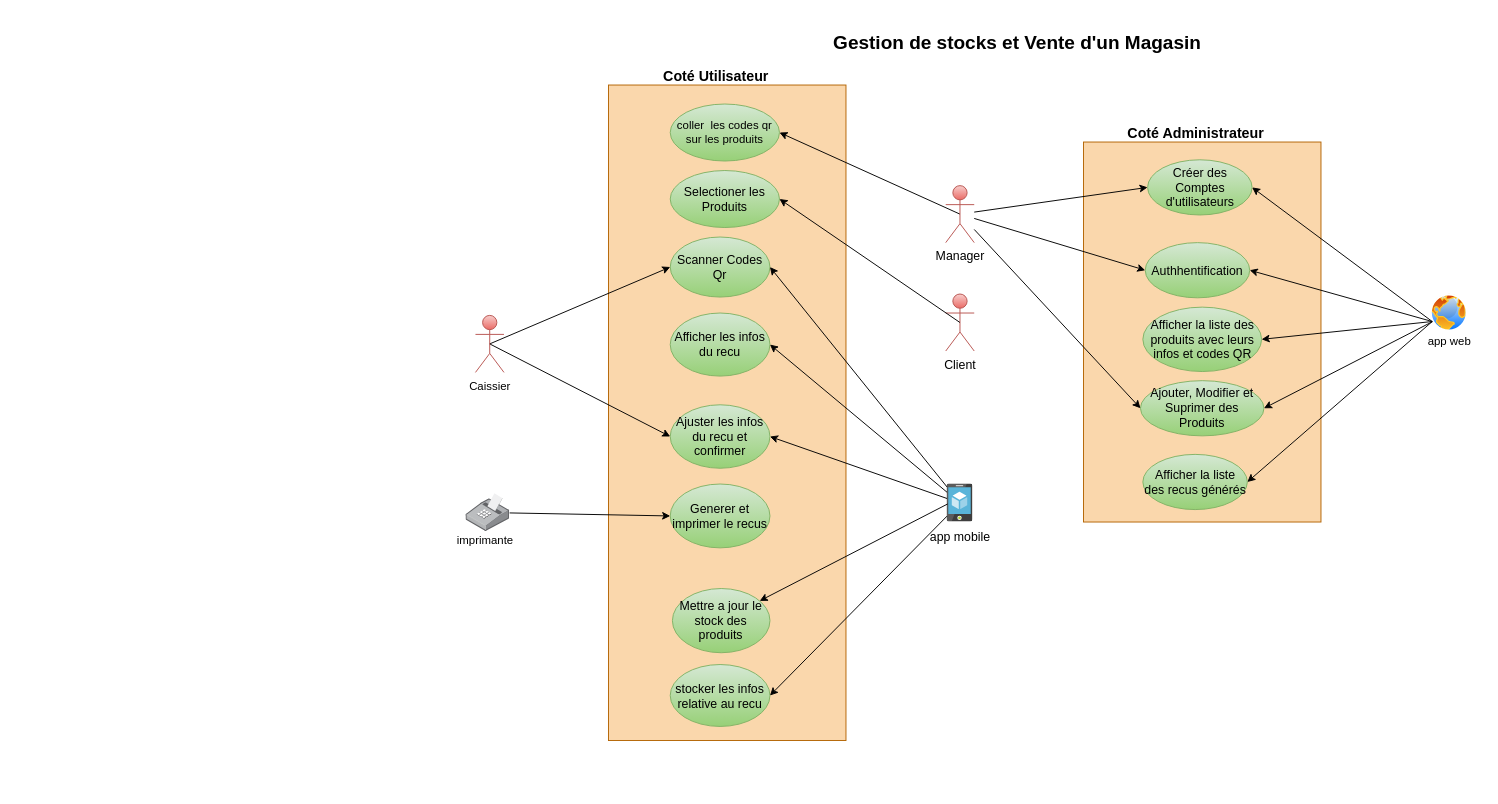
Before: UML.drawio in daryldew1lde/gestion-de-stock-et-factures, a draw.io diagram. Source tidied: cells renumbered, new cells numbered last; positions are measured from the earlier drawing's top-left corner, leaving out a move shared by most shapes. Both pictures are drawn from the tidied source at 95%, with x=0, y=0 at pixel (446, 23).
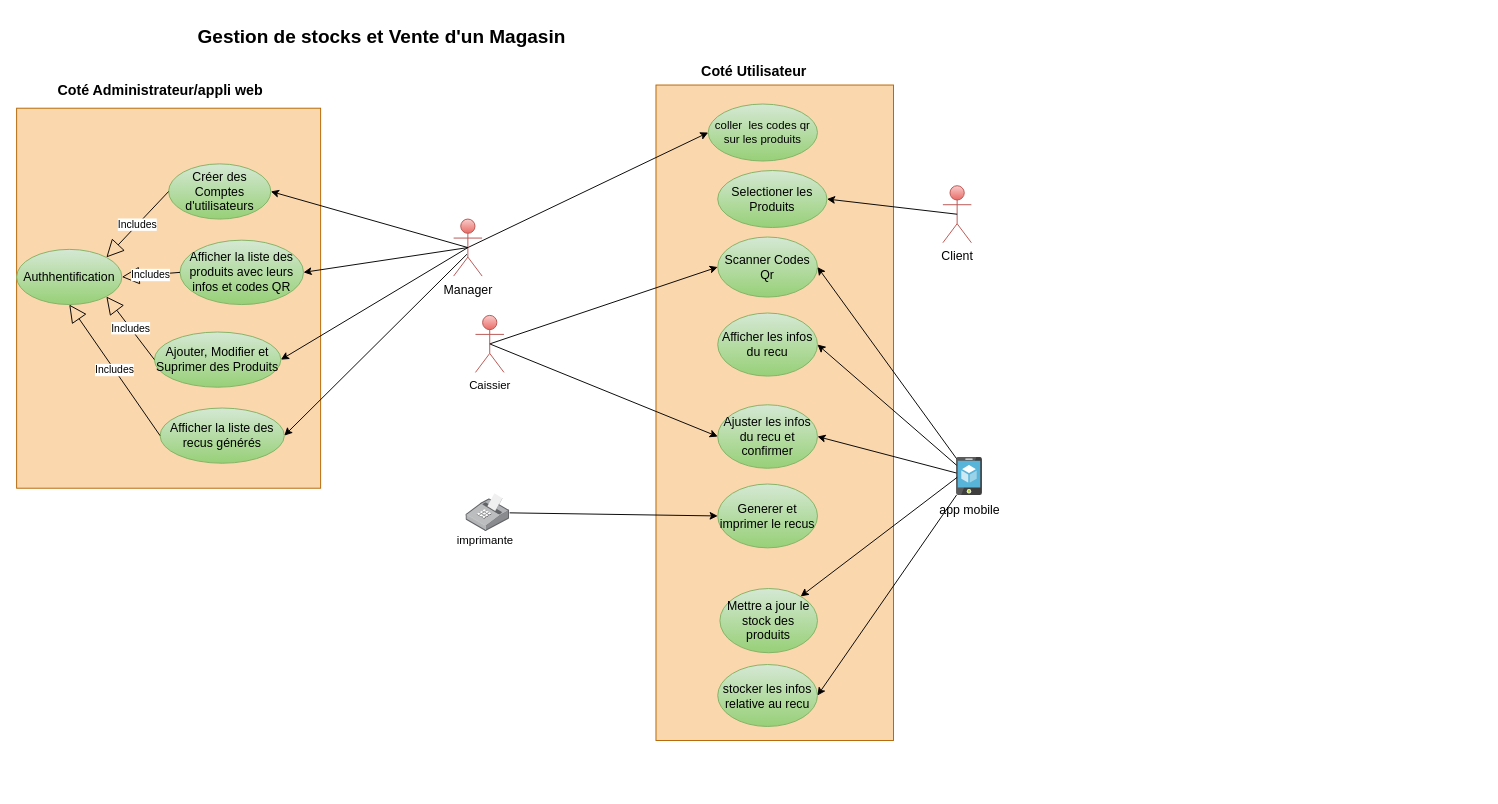
The same page after the edit.

The change refers to these unchanged cells:
```xml
<mxCell id="3" style="group;" parent="2" vertex="1">
  <mxGeometry x="-40" y="-100" width="250" height="690" as="geometry" />
</mxCell>
```

What changed in the source:
```diff
@@
     <mxCell id="2" style="group;" parent="1" vertex="1">
-      <mxGeometry x="210" y="165" width="250" height="640" as="geometry" />
+      <mxGeometry x="260" y="165" width="250" height="640" as="geometry" />
     </mxCell>
@@
+    <mxCell id="28" value="coller&amp;nbsp; les codes qr sur les produits" style="ellipse;whiteSpace=wrap;html=1;fillColor=#d5e8d4;gradientColor=#97d077;strokeColor=#82b366;fontColor=#000000;" parent="3" vertex="1">
+      <mxGeometry x="55" y="20" width="115" height="60" as="geometry" />
+    </mxCell>
@@
     <mxCell id="15" style="group;fontSize=13;" parent="1" vertex="1">
-      <mxGeometry x="500" y="485" width="85" height="70" as="geometry" />
+      <mxGeometry x="510" y="457" width="85" height="70" as="geometry" />
     </mxCell>
@@
-    <mxCell id="20" style="edgeStyle=none;html=1;entryX=1;entryY=0.5;entryDx=0;entryDy=0;fontSize=13;exitX=0.5;exitY=0.5;exitDx=0;exitDy=0;exitPerimeter=0;" parent="1" edge="1" source="21" target="28">
+    <mxCell id="20" style="edgeStyle=none;html=1;fontSize=13;exitX=0.5;exitY=0.5;exitDx=0;exitDy=0;exitPerimeter=0;entryX=0;entryY=0.5;entryDx=0;entryDy=0;" parent="1" edge="1" source="21" target="28">
       <mxGeometry relative="1" as="geometry" />
     </mxCell>
     <mxCell id="21" value="Manager" style="shape=umlActor;verticalLabelPosition=bottom;verticalAlign=top;html=1;fillColor=#f8cecc;gradientColor=#ea6b66;strokeColor=#b85450;fontColor=#000000;fontSize=13;" parent="1" vertex="1">
-      <mxGeometry x="525" y="170.9" width="30" height="60" as="geometry" />
+      <mxGeometry x="7" y="206.1" width="30" height="60" as="geometry" />
     </mxCell>
     <mxCell id="22" value="Client&lt;br style=&quot;font-size: 13px;&quot;&gt;" style="shape=umlActor;verticalLabelPosition=bottom;verticalAlign=top;html=1;fillColor=#f8cecc;gradientColor=#ea6b66;strokeColor=#b85450;fontColor=#000000;fontSize=13;" parent="1" vertex="1">
-      <mxGeometry x="525" y="285" width="30" height="60" as="geometry" />
+      <mxGeometry x="522" y="171" width="30" height="60" as="geometry" />
     </mxCell>
@@
-    <mxCell id="28" value="coller&amp;nbsp; les codes qr sur les produits" style="ellipse;whiteSpace=wrap;html=1;fillColor=#d5e8d4;gradientColor=#97d077;strokeColor=#82b366;fontColor=#000000;" parent="1" vertex="1">
-      <mxGeometry x="235" y="85" width="115" height="60" as="geometry" />
-    </mxCell>
-    <mxCell id="29" style="group;" parent="1" vertex="1">
-      <mxGeometry x="1020" y="285" width="70" height="65" as="geometry" />
-    </mxCell>
-    <mxCell id="30" style="perimeter=ellipsePerimeter;html=1;align=center;shadow=0;dashed=0;spacingTop=3;image;image=img/lib/active_directory/internet_globe.svg;" parent="29" vertex="1">
-      <mxGeometry x="15" width="40" height="40" as="geometry" />
-    </mxCell>
-    <mxCell id="31" value="app web" style="text;html=1;align=center;verticalAlign=middle;strokeColor=none;fillColor=none;" parent="29" vertex="1">
-      <mxGeometry y="35" width="70" height="30" as="geometry" />
-    </mxCell>
+    <mxCell id="49" value="&lt;b&gt;Gestion de stocks et Vente d'un Magasin&lt;/b&gt;" style="text;html=1;align=center;verticalAlign=middle;strokeColor=none;fillColor=none;fontSize=20;" parent="1" vertex="1">
+      <mxGeometry x="-274" y="-7" width="410" height="40" as="geometry" />
+    </mxCell>
+    <mxCell id="50" value="&lt;b style=&quot;&quot;&gt;&lt;font style=&quot;font-size: 15px;&quot;&gt;Coté Utilisateur&amp;nbsp;&lt;/font&gt;&lt;/b&gt;" style="text;html=1;align=center;verticalAlign=middle;strokeColor=none;fillColor=none;fontSize=13;" parent="1" vertex="1">
+      <mxGeometry x="255" y="35" width="140" height="30" as="geometry" />
+    </mxCell>
+    <mxCell id="51" style="group;" parent="1" vertex="1">
+      <mxGeometry y="495" width="85" height="75" as="geometry" />
+    </mxCell>
+    <mxCell id="52" style="points=[];html=1;align=center;shadow=0;dashed=0;image;image=img/lib/allied_telesis/computer_and_terminals/POS_Printer.svg;" parent="51" vertex="1">
+      <mxGeometry x="20" width="45.9" height="40" as="geometry" />
+    </mxCell>
+    <mxCell id="53" value="imprimante" style="text;html=1;align=center;verticalAlign=middle;strokeColor=none;fillColor=none;" parent="51" vertex="1">
+      <mxGeometry y="35" width="80" height="30" as="geometry" />
+    </mxCell>
+    <mxCell id="54" style="group;" parent="1" vertex="1">
+      <mxGeometry x="697" y="133" width="250" height="482.5" as="geometry" />
+    </mxCell>
-    <mxCell id="32" style="group;fontSize=13;" parent="1" vertex="1">
-      <mxGeometry x="670" y="105" width="250" height="465" as="geometry" />
+    <mxCell id="32" style="group;fontSize=13;" parent="54" vertex="1">
+      <mxGeometry y="17.5" width="250" height="465" as="geometry" />
     </mxCell>
     <mxCell id="33" style="group;fontSize=13;" parent="32" vertex="1">
-      <mxGeometry y="20" width="250" height="400" as="geometry" />
+      <mxGeometry x="-1140" y="-48" width="320" height="400" as="geometry" />
     </mxCell>
     <mxCell id="34" style="rounded=0;whiteSpace=wrap;html=1;fillColor=#fad7ac;strokeColor=#b46504;fontSize=13;" parent="33" vertex="1">
-      <mxGeometry width="250" height="400" as="geometry" />
+      <mxGeometry x="-10" y="-13.1" width="320" height="400" as="geometry" />
     </mxCell>
     <mxCell id="35" value="Authhentification" style="ellipse;whiteSpace=wrap;html=1;fillColor=#d5e8d4;gradientColor=#97d077;strokeColor=#82b366;fontColor=#000000;fontSize=13;" parent="33" vertex="1">
-      <mxGeometry x="65" y="105.9" width="110" height="58.1" as="geometry" />
+      <mxGeometry x="-10" y="135.5" width="110.8" height="58.1" as="geometry" />
     </mxCell>
     <mxCell id="36" value="Afficher la liste des produits avec leurs infos et codes QR" style="ellipse;whiteSpace=wrap;html=1;fillColor=#d5e8d4;gradientColor=#97d077;strokeColor=#82b366;fontColor=#000000;fontSize=13;" parent="33" vertex="1">
-      <mxGeometry x="62.5" y="173.8" width="125" height="67.8" as="geometry" />
+      <mxGeometry x="162" y="125.8" width="130" height="67.8" as="geometry" />
     </mxCell>
     <mxCell id="37" value="Ajouter, Modifier et Suprimer des Produits" style="ellipse;whiteSpace=wrap;html=1;fillColor=#d5e8d4;gradientColor=#97d077;strokeColor=#82b366;fontColor=#000000;fontSize=13;" parent="33" vertex="1">
-      <mxGeometry x="60" y="251.2" width="130" height="58.1" as="geometry" />
+      <mxGeometry x="135" y="222.5" width="133.2" height="58.1" as="geometry" />
     </mxCell>
     <mxCell id="38" value="Afficher la liste des recus générés" style="ellipse;whiteSpace=wrap;html=1;fillColor=#d5e8d4;gradientColor=#97d077;strokeColor=#82b366;fontColor=#000000;fontSize=13;" parent="33" vertex="1">
-      <mxGeometry x="62.5" y="328.8" width="110" height="58.1" as="geometry" />
+      <mxGeometry x="141" y="302.5" width="130.8" height="58.1" as="geometry" />
     </mxCell>
     <mxCell id="39" value="Créer des Comptes d'utilisateurs" style="ellipse;whiteSpace=wrap;html=1;fillColor=#d5e8d4;gradientColor=#97d077;strokeColor=#82b366;fontColor=#000000;fontSize=13;" parent="33" vertex="1">
-      <mxGeometry x="67.5" y="18.7" width="110" height="58.1" as="geometry" />
+      <mxGeometry x="150" y="45.5" width="107.6" height="58.1" as="geometry" />
     </mxCell>
+    <mxCell id="55" value="Includes" style="endArrow=block;endSize=16;endFill=0;html=1;entryX=1;entryY=0;entryDx=0;entryDy=0;exitX=0;exitY=0.5;exitDx=0;exitDy=0;" parent="33" edge="1" source="39" target="35">
+      <mxGeometry relative="1" as="geometry" />
+    </mxCell>
+    <mxCell id="56" value="Includes" style="endArrow=block;endSize=16;endFill=0;html=1;entryX=1;entryY=0.5;entryDx=0;entryDy=0;exitX=0;exitY=0.5;exitDx=0;exitDy=0;" parent="33" edge="1" source="36" target="35">
+      <mxGeometry relative="1" as="geometry" />
+    </mxCell>
+    <mxCell id="57" value="Includes" style="endArrow=block;endSize=16;endFill=0;html=1;exitX=0;exitY=0.5;exitDx=0;exitDy=0;entryX=1;entryY=1;entryDx=0;entryDy=0;" parent="33" edge="1" source="37" target="35">
+      <mxGeometry relative="1" as="geometry" />
+    </mxCell>
+    <mxCell id="58" value="Includes" style="endArrow=block;endSize=16;endFill=0;html=1;exitX=0;exitY=0.5;exitDx=0;exitDy=0;entryX=0.5;entryY=1;entryDx=0;entryDy=0;" parent="33" edge="1" source="38" target="35">
+      <mxGeometry relative="1" as="geometry" />
+    </mxCell>
-    <mxCell id="40" value="&lt;b&gt;&lt;font style=&quot;font-size: 15px;&quot;&gt;Coté Administrateur&lt;/font&gt;&lt;/b&gt;" style="text;html=1;align=center;verticalAlign=middle;strokeColor=none;fillColor=none;" parent="32" vertex="1">
-      <mxGeometry x="32.5" y="-5" width="170" height="30" as="geometry" />
+    <mxCell id="40" value="&lt;b&gt;&lt;font style=&quot;font-size: 15px;&quot;&gt;Coté Administrateur/appli web&lt;/font&gt;&lt;/b&gt;" style="text;html=1;align=center;verticalAlign=middle;strokeColor=none;fillColor=none;" parent="54" vertex="1">
+      <mxGeometry x="-1116" y="-78" width="234" height="30" as="geometry" />
     </mxCell>
+    <mxCell id="44" style="edgeStyle=none;html=1;entryX=1;entryY=0.5;entryDx=0;entryDy=0;exitX=0.467;exitY=0.617;exitDx=0;exitDy=0;exitPerimeter=0;" parent="1" edge="1" source="21" target="38">
+      <mxGeometry relative="1" as="geometry" />
+    </mxCell>
-    <mxCell id="41" style="edgeStyle=none;html=1;exitX=0;exitY=0.75;exitDx=0;exitDy=0;entryX=1;entryY=0.5;entryDx=0;entryDy=0;" parent="1" edge="1" source="30" target="39">
+    <mxCell id="41" style="edgeStyle=none;html=1;entryX=1;entryY=0.5;entryDx=0;entryDy=0;exitX=0.5;exitY=0.5;exitDx=0;exitDy=0;exitPerimeter=0;" parent="1" edge="1" source="21" target="39">
       <mxGeometry relative="1" as="geometry" />
     </mxCell>
-    <mxCell id="42" style="edgeStyle=none;html=1;entryX=1;entryY=0.5;entryDx=0;entryDy=0;exitX=0;exitY=0.75;exitDx=0;exitDy=0;" parent="1" edge="1" source="30" target="35">
-      <mxGeometry relative="1" as="geometry" />
-    </mxCell>
-    <mxCell id="43" style="edgeStyle=none;html=1;entryX=1;entryY=0.5;entryDx=0;entryDy=0;exitX=0;exitY=0.75;exitDx=0;exitDy=0;" parent="1" edge="1" source="30" target="36">
+    <mxCell id="43" style="edgeStyle=none;html=1;entryX=1;entryY=0.5;entryDx=0;entryDy=0;exitX=0.5;exitY=0.5;exitDx=0;exitDy=0;exitPerimeter=0;" parent="1" edge="1" source="21" target="36">
       <mxGeometry relative="1" as="geometry" />
     </mxCell>
-    <mxCell id="44" style="edgeStyle=none;html=1;entryX=1;entryY=0.5;entryDx=0;entryDy=0;exitX=0;exitY=0.75;exitDx=0;exitDy=0;" parent="1" edge="1" source="30" target="38">
-      <mxGeometry relative="1" as="geometry" />
-    </mxCell>
-    <mxCell id="45" style="edgeStyle=none;html=1;entryX=1;entryY=0.5;entryDx=0;entryDy=0;" parent="1" edge="1" source="30" target="37">
+    <mxCell id="45" style="edgeStyle=none;html=1;entryX=1;entryY=0.5;entryDx=0;entryDy=0;exitX=0.5;exitY=0.5;exitDx=0;exitDy=0;exitPerimeter=0;" parent="1" edge="1" source="21" target="37">
       <mxGeometry relative="1" as="geometry" />
     </mxCell>
-    <mxCell id="46" style="edgeStyle=none;html=1;entryX=0;entryY=0.5;entryDx=0;entryDy=0;fontSize=13;" parent="1" edge="1" source="21" target="37">
-      <mxGeometry relative="1" as="geometry" />
-    </mxCell>
-    <mxCell id="47" style="edgeStyle=none;html=1;entryX=0;entryY=0.5;entryDx=0;entryDy=0;fontSize=13;" parent="1" edge="1" source="21" target="35">
-      <mxGeometry relative="1" as="geometry" />
-    </mxCell>
-    <mxCell id="48" style="edgeStyle=none;html=1;entryX=0;entryY=0.5;entryDx=0;entryDy=0;fontSize=13;" parent="1" edge="1" source="21" target="39">
-      <mxGeometry relative="1" as="geometry" />
-    </mxCell>
-    <mxCell id="49" value="&lt;b&gt;Gestion de stocks et Vente d'un Magasin&lt;/b&gt;" style="text;html=1;align=center;verticalAlign=middle;strokeColor=none;fillColor=none;fontSize=20;" parent="1" vertex="1">
-      <mxGeometry x="395" width="410" height="40" as="geometry" />
-    </mxCell>
-    <mxCell id="50" value="&lt;b style=&quot;&quot;&gt;&lt;font style=&quot;font-size: 15px;&quot;&gt;Coté Utilisateur&amp;nbsp;&lt;/font&gt;&lt;/b&gt;" style="text;html=1;align=center;verticalAlign=middle;strokeColor=none;fillColor=none;fontSize=13;" parent="1" vertex="1">
-      <mxGeometry x="215" y="40" width="140" height="30" as="geometry" />
-    </mxCell>
-    <mxCell id="51" style="group;" parent="1" vertex="1">
-      <mxGeometry y="495" width="85" height="75" as="geometry" />
-    </mxCell>
-    <mxCell id="52" style="points=[];html=1;align=center;shadow=0;dashed=0;image;image=img/lib/allied_telesis/computer_and_terminals/POS_Printer.svg;" parent="51" vertex="1">
-      <mxGeometry x="20" width="45.9" height="40" as="geometry" />
-    </mxCell>
-    <mxCell id="53" value="imprimante" style="text;html=1;align=center;verticalAlign=middle;strokeColor=none;fillColor=none;" parent="51" vertex="1">
-      <mxGeometry y="35" width="80" height="30" as="geometry" />
-    </mxCell>
```
